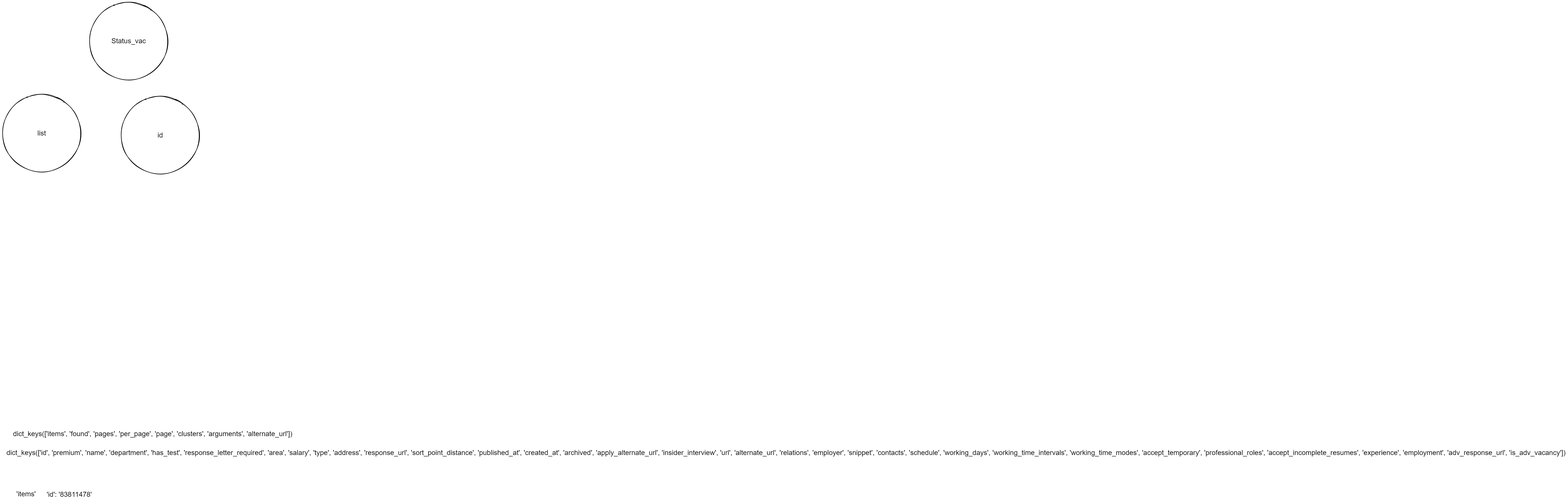
Above: desc.excalidraw.png in Nick2201/hh_helper (Excalidraw), before the change. Source tidied: one line per element, renumbered; positions are measured from the earlier drawing's top-left corner, leaving out a move shared by most shapes.
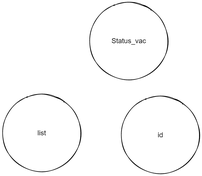
Later version of the same file.

What changed in the source:
```diff
@@ -4,7 +4,3 @@
 {"id": 3, "type": "text", "text": "id", "strokeColor": "#000000", "strokeWidth": 2, "roughness": 1, "fontSize": 28, "fontFamily": 2, "textAlign": "center", "verticalAlign": "middle", "inside": 2, "x": 624, "y": 518, "width": 22, "height": 32}
 {"id": 4, "type": "ellipse", "strokeColor": "#000000", "strokeWidth": 2, "roughness": 1, "round": true, "x": 350, "y": 0, "width": 315, "height": 311}
 {"id": 5, "type": "text", "text": "Status_vac", "strokeColor": "#000000", "strokeWidth": 2, "roughness": 1, "fontSize": 28, "fontFamily": 2, "textAlign": "center", "verticalAlign": "middle", "inside": 4, "x": 438, "y": 139, "width": 139, "height": 32}
-{"id": 6, "type": "text", "text": "dict_keys(['items', 'found', 'pages', 'per_page', 'page', 'clusters', 'arguments', 'alternate_url'])", "strokeColor": "#000000", "strokeWidth": 1, "roughness": 1, "fontSize": 28, "fontFamily": 2, "x": 42, "y": 1719, "width": 1124, "height": 32}
-{"id": 7, "type": "text", "text": "dict_keys(['id', 'premium', 'name', 'department', 'has_test', 'response_letter_required', 'area', 'salary', 'type', 'address', 'response_url', 'sort_point_distance', 'published_at', 'created_at', 'archived', 'apply_alternate_url', 'insider_interview', 'url', 'alternate_url', 'relations', 'employer', 'snippet', 'contacts', 'schedule', 'working_days', 'working_time_intervals', 'working_time_modes', 'accept_temporary', 'professional_roles', 'accept_incomplete_resumes', 'experience', 'employment', 'adv_response_url', 'is_adv_vacancy'])", "strokeColor": "#000000", "strokeWidth": 1, "roughness": 1, "fontSize": 28, "fontFamily": 2, "x": 16, "y": 1795, "width": 6273, "height": 32}
-{"id": 8, "type": "text", "text": "'id': '83811478'", "strokeColor": "#000000", "strokeWidth": 1, "roughness": 1, "fontSize": 28, "fontFamily": 2, "x": 178, "y": 1963, "width": 181, "height": 32}
-{"id": 9, "type": "text", "text": "'items'", "strokeColor": "#000000", "strokeWidth": 1, "roughness": 1, "fontSize": 28, "fontFamily": 2, "x": 56, "y": 1961, "width": 78, "height": 32}
```
